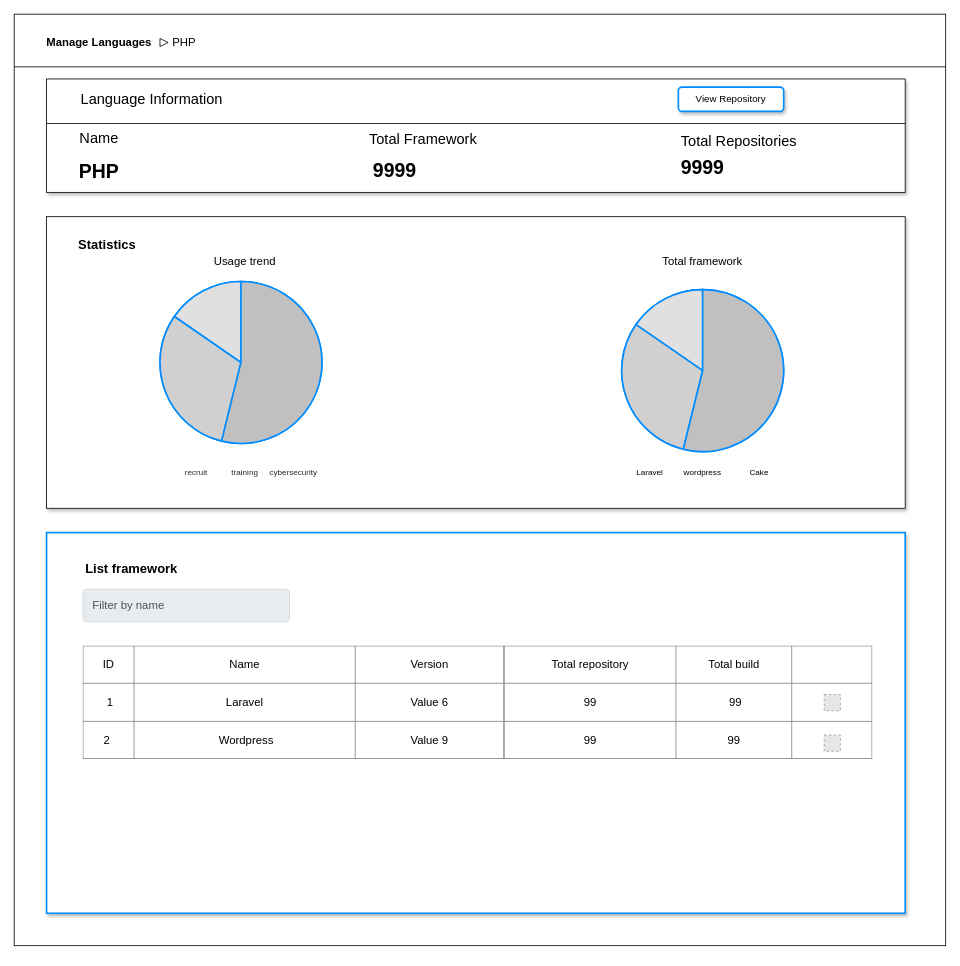
The draw.io diagram Untitled Diagram.drawio in khoanld-2442/abc, before the edit. Source tidied: cells renumbered, new cells numbered last; positions are measured from the earlier drawing's top-left corner, leaving out a move shared by most shapes. Both pictures are drawn from the tidied source at 81%, with x=0, y=0 at pixel (14, 14). Pictures stored in the file or linked from it are replaced by grey dashed boxes.
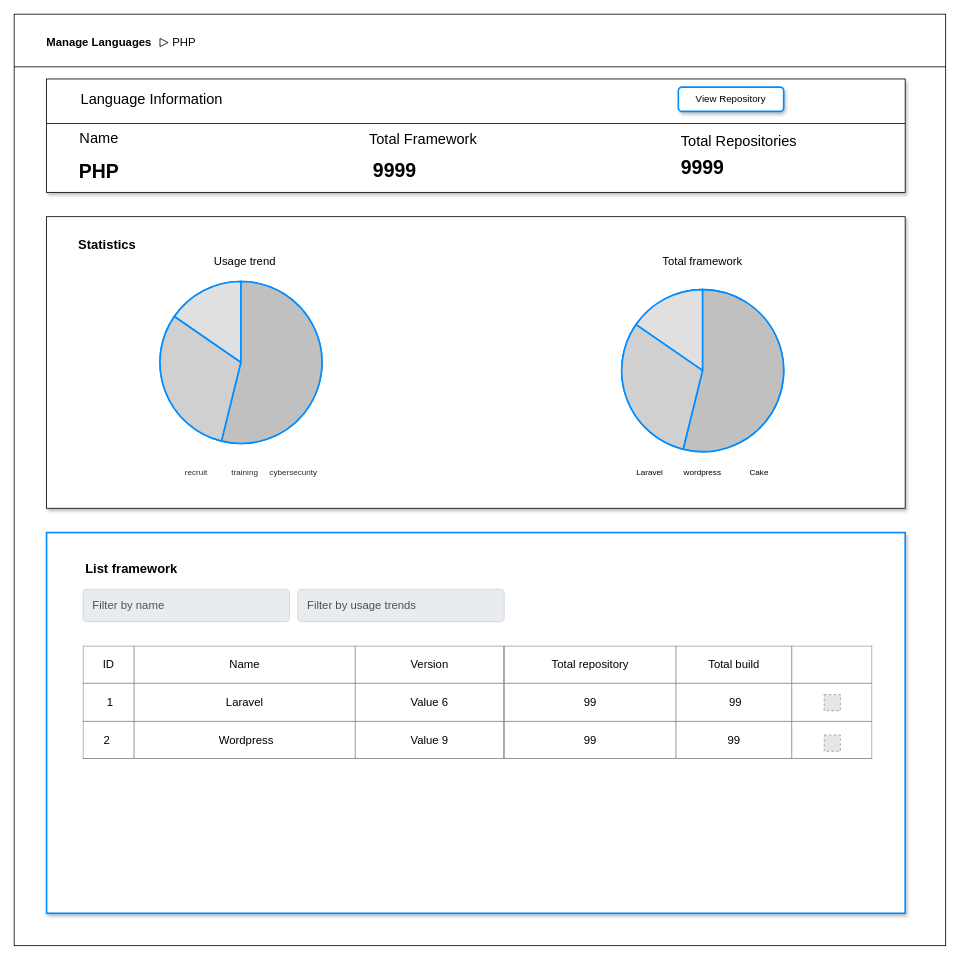
The same diagram, later.

The edit, as a diff of the source:
```diff
@@
+    <mxCell id="39" value="Filter by usage trends" style="html=1;shadow=0;dashed=0;shape=mxgraph.bootstrap.rrect;rSize=5;strokeColor=#CED4DA;strokeWidth=1;fillColor=#E9ECEF;fontColor=#505050;whiteSpace=wrap;align=left;verticalAlign=middle;spacingLeft=10;fontSize=14;rounded=0;glass=0;labelBackgroundColor=none;labelBorderColor=none;sketch=0;fontFamily=Helvetica;" parent="1" vertex="1">
+      <mxGeometry x="350" y="710" width="255" height="40" as="geometry" />
+    </mxCell>
```
